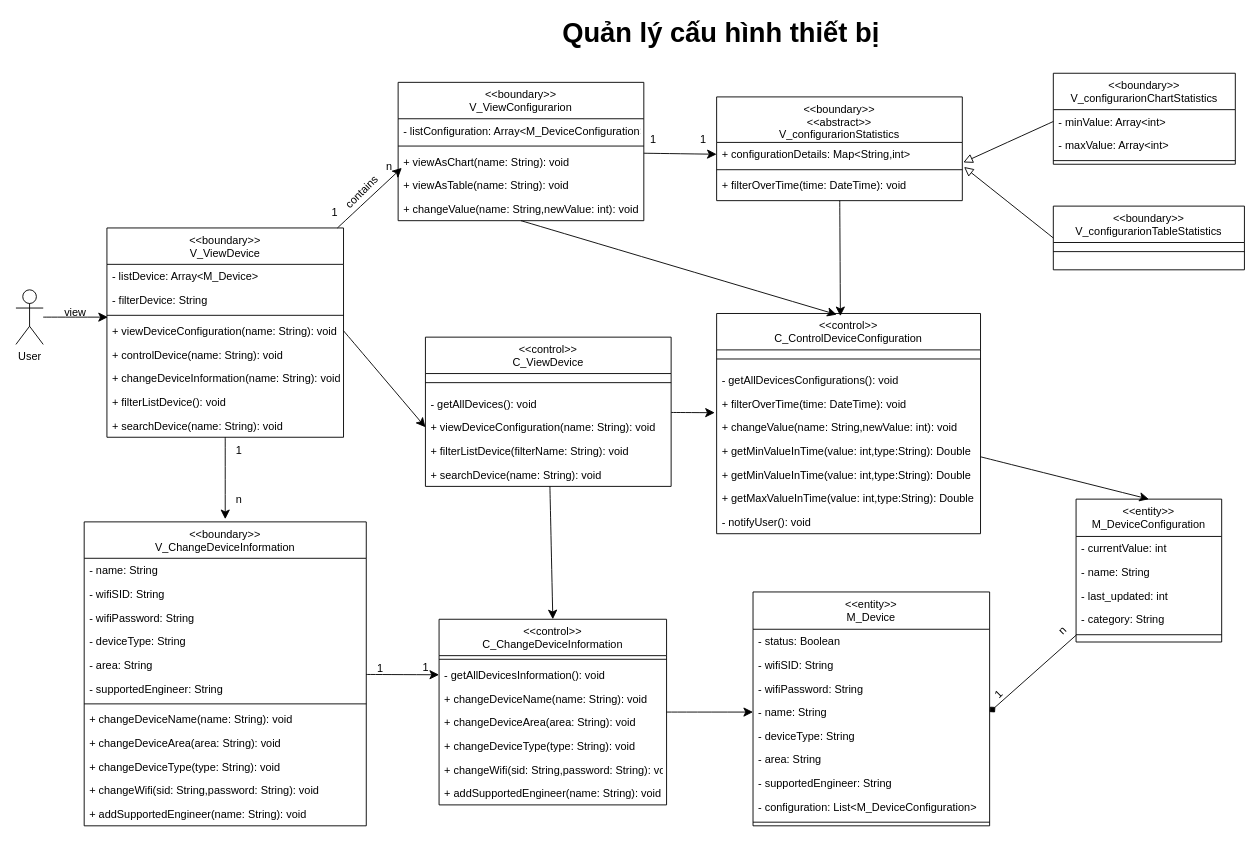
Before: Class diagram/device_configuration_management_class.drawio in cuongceg/BTL-IT3120, a draw.io diagram. Source tidied: cells renumbered, new cells numbered last; positions are measured from the earlier drawing's top-left corner, leaving out a move shared by most shapes. Both pictures are drawn from the tidied source at 91%, with x=0, y=0 at pixel (15, 18).
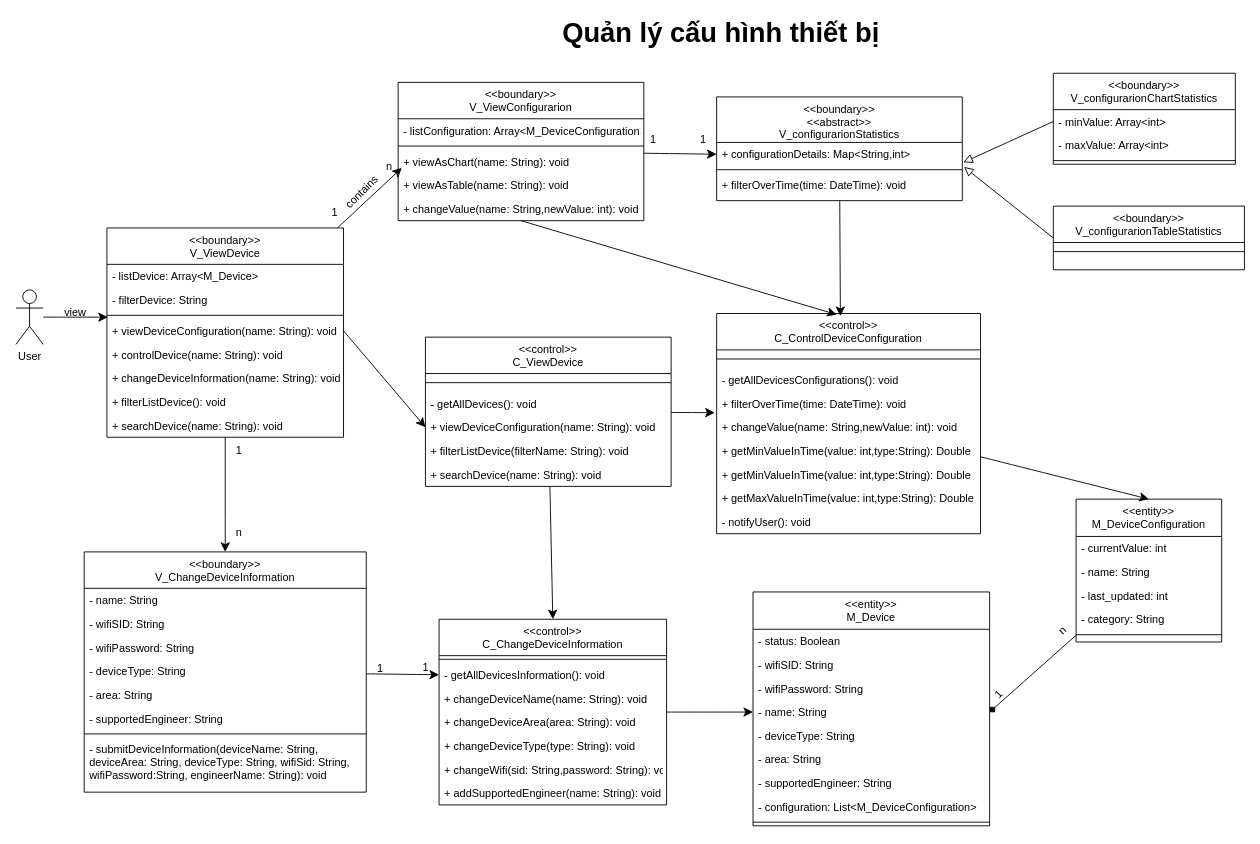
The same page after the edit.

Commit message:
refactor: change function in ChangeDeviceInformation class

Unchanged cells that the change refers to:
```xml
<mxCell id="19" value="&lt;&lt;boundary&gt;&gt;&#10;V_ViewDevice&#10;&#10;" style="swimlane;fontStyle=0;align=center;verticalAlign=top;horizontal=1;startSize=40;rounded=0;shadow=0;strokeWidth=1;" parent="1" vertex="1">
  <mxGeometry x="100" y="230" width="260" height="230" as="geometry" />
</mxCell>
```

Change to the diagram source:
```diff
@@
-    <mxCell id="18" style="edgeStyle=none;curved=1;rounded=0;jettySize=auto;html=1;fontSize=12;startSize=8;endSize=8;" parent="1" edge="1" source="19">
-      <mxGeometry relative="1" as="geometry">
-        <mxPoint x="230" y="550" as="targetPoint" />
-      </mxGeometry>
+    <mxCell id="18" style="edgeStyle=none;curved=1;rounded=0;jettySize=auto;html=1;fontSize=12;startSize=8;endSize=8;entryX=0.5;entryY=0;entryDx=0;entryDy=0;" parent="1" edge="1" source="19" target="70">
+      <mxGeometry relative="1" as="geometry" />
     </mxCell>
@@
     <mxCell id="70" value="&lt;&lt;boundary&gt;&gt;&#10;V_ChangeDeviceInformation&#10;&#10;" style="swimlane;fontStyle=0;align=center;verticalAlign=top;horizontal=1;startSize=40;rounded=0;shadow=0;strokeWidth=1;" parent="1" vertex="1">
-      <mxGeometry x="75" y="553" width="310" height="334" as="geometry" />
+      <mxGeometry x="75" y="586" width="310" height="264" as="geometry" />
     </mxCell>
@@
-    <mxCell id="78" value="+ changeDeviceName(name: String): void" style="text;align=left;verticalAlign=top;spacingLeft=4;spacingRight=4;overflow=hidden;" parent="70" vertex="1">
-      <mxGeometry y="204" width="310" height="26" as="geometry" />
+    <mxCell id="78" value="- submitDeviceInformation(deviceName: String,&#10;deviceArea: String, deviceType: String, wifiSid: String,&#10;wifiPassword:String, engineerName: String): void" style="text;align=left;verticalAlign=top;spacingLeft=4;spacingRight=4;overflow=hidden;" parent="70" vertex="1">
+      <mxGeometry y="204" width="310" height="56" as="geometry" />
     </mxCell>
-    <mxCell id="79" value="+ changeDeviceArea(area: String): void" style="text;align=left;verticalAlign=top;spacingLeft=4;spacingRight=4;overflow=hidden;" parent="70" vertex="1">
-      <mxGeometry y="230" width="310" height="26" as="geometry" />
-    </mxCell>
-    <mxCell id="80" value="+ changeDeviceType(type: String): void" style="text;align=left;verticalAlign=top;spacingLeft=4;spacingRight=4;overflow=hidden;" parent="70" vertex="1">
-      <mxGeometry y="256" width="310" height="26" as="geometry" />
-    </mxCell>
-    <mxCell id="81" value="+ changeWifi(sid: String,password: String): void" style="text;align=left;verticalAlign=top;spacingLeft=4;spacingRight=4;overflow=hidden;" parent="70" vertex="1">
-      <mxGeometry y="282" width="310" height="26" as="geometry" />
-    </mxCell>
-    <mxCell id="82" value="+ addSupportedEngineer(name: String): void" style="text;align=left;verticalAlign=top;spacingLeft=4;spacingRight=4;overflow=hidden;" parent="70" vertex="1">
-      <mxGeometry y="308" width="310" height="26" as="geometry" />
-    </mxCell>
@@
     <mxCell id="102" value="n" style="text;html=1;align=center;verticalAlign=middle;strokeColor=none;fillColor=none;" parent="1" vertex="1">
-      <mxGeometry x="230" y="514" width="30" height="30" as="geometry" />
+      <mxGeometry x="230" y="550" width="30" height="30" as="geometry" />
     </mxCell>
```
